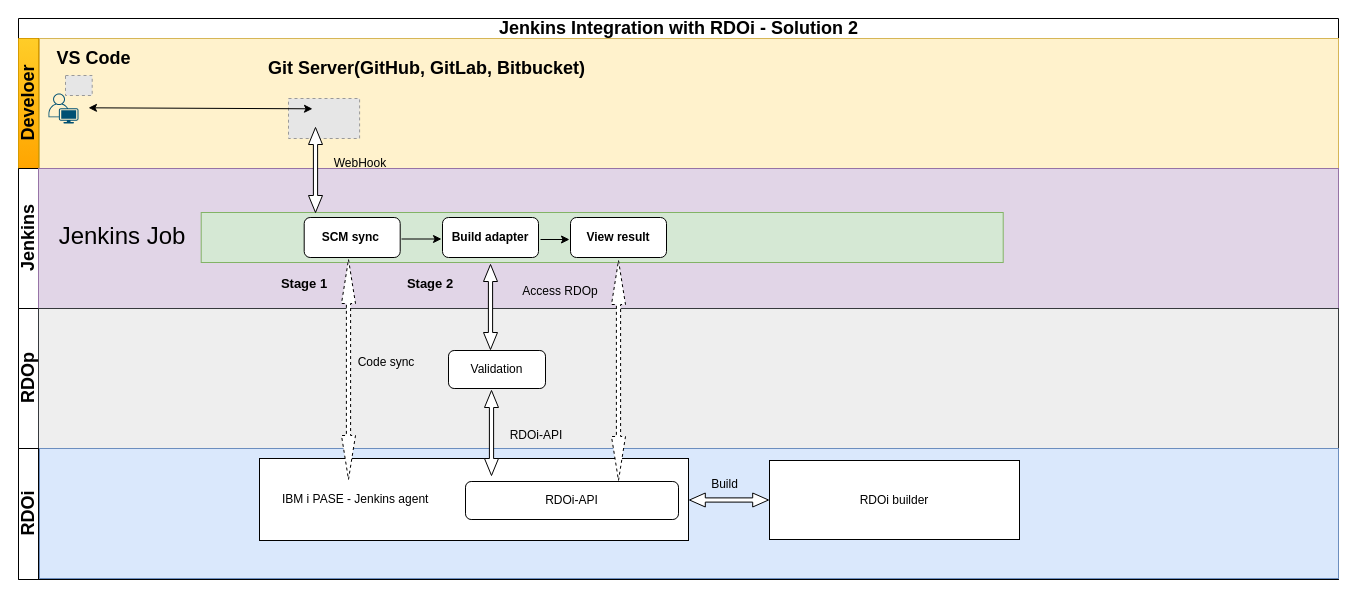
Above: RDOp/Jenkins Integration with RDOi-call RDOp pipeline.drawio in dingzhanxing/Diagram (draw.io), before the change. Source tidied: cells renumbered, new cells numbered last; positions are measured from the earlier drawing's top-left corner, leaving out a move shared by most shapes. Both pictures are drawn from the tidied source at 100%, with x=0, y=0 at pixel (18, 18). Pictures stored in the file or linked from it are replaced by grey dashed boxes.
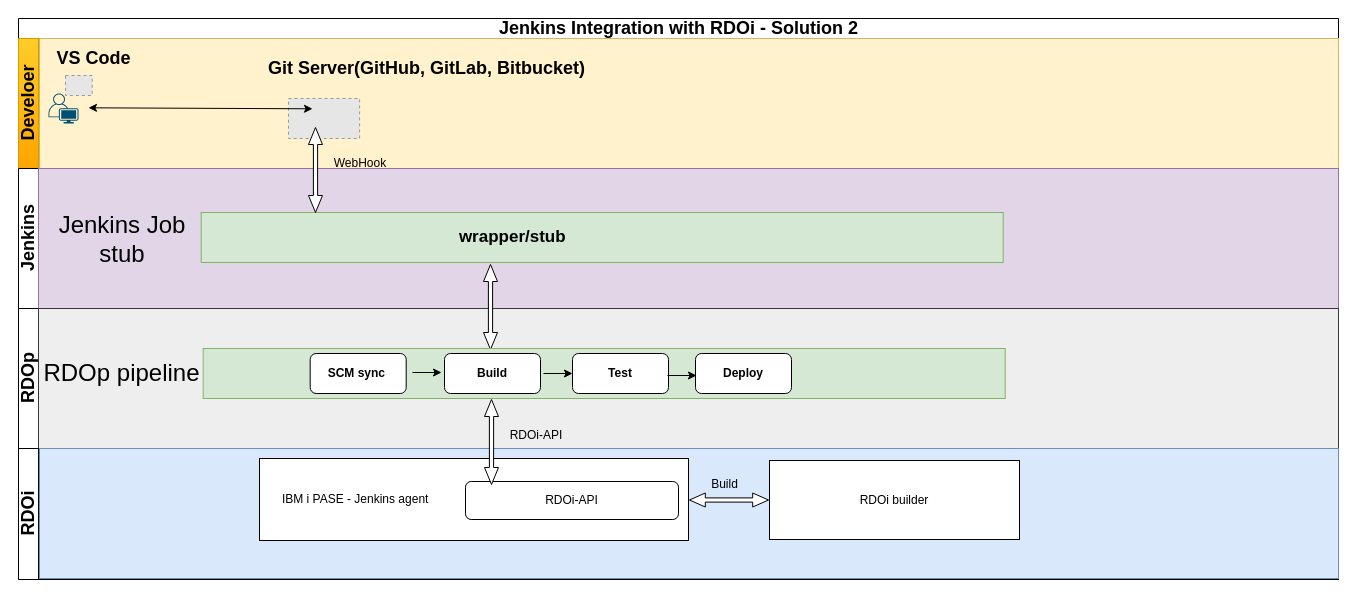
The same page after the edit.

Unchanged cells that the change refers to:
```xml
<mxCell id="12" value="&lt;font style=&quot;font-size: 18px;&quot;&gt;Jenkins&lt;/font&gt;" style="swimlane;startSize=20;horizontal=0;html=1;" parent="2" vertex="1">
  <mxGeometry y="150" width="1320" height="140" as="geometry" />
</mxCell>
<mxCell id="25" value="&lt;font style=&quot;font-size: 18px;&quot;&gt;RDOp&lt;/font&gt;" style="swimlane;startSize=20;horizontal=0;html=1;" parent="2" vertex="1">
  <mxGeometry y="290" width="1320" height="140" as="geometry" />
</mxCell>
```

Change to the diagram source:
```diff
@@
-    <mxCell id="15" style="rounded=0;whiteSpace=wrap;html=1;fillColor=#d5e8d4;strokeColor=#82b366;" parent="12" vertex="1">
+    <mxCell id="15" value="&lt;b&gt;&lt;font style=&quot;font-size: 17px;&quot;&gt;wrapper/stub&amp;nbsp; &amp;nbsp; &amp;nbsp; &amp;nbsp; &amp;nbsp; &amp;nbsp; &amp;nbsp; &amp;nbsp; &amp;nbsp; &amp;nbsp; &amp;nbsp; &amp;nbsp; &amp;nbsp; &amp;nbsp; &amp;nbsp; &amp;nbsp; &amp;nbsp; &amp;nbsp; &amp;nbsp;&amp;nbsp;&lt;/font&gt;&lt;/b&gt;" style="rounded=0;whiteSpace=wrap;html=1;fillColor=#d5e8d4;strokeColor=#82b366;" parent="12" vertex="1">
       <mxGeometry x="182.7" y="44" width="802" height="50" as="geometry" />
     </mxCell>
-    <mxCell id="16" value="&lt;font style=&quot;font-size: 24px;&quot;&gt;Jenkins Job&lt;/font&gt;" style="text;html=1;strokeColor=none;fillColor=none;align=center;verticalAlign=middle;whiteSpace=wrap;rounded=0;" parent="12" vertex="1">
-      <mxGeometry x="38.7" y="53" width="130" height="30" as="geometry" />
+    <mxCell id="16" value="&lt;font style=&quot;font-size: 24px;&quot;&gt;Jenkins Job stub&lt;/font&gt;" style="text;html=1;strokeColor=none;fillColor=none;align=center;verticalAlign=middle;whiteSpace=wrap;rounded=0;" parent="12" vertex="1">
+      <mxGeometry x="38.7" y="44" width="130" height="53" as="geometry" />
     </mxCell>
-    <mxCell id="17" value="&lt;b&gt;SCM sync&amp;nbsp;&lt;/b&gt;" style="rounded=1;whiteSpace=wrap;html=1;" parent="12" vertex="1">
-      <mxGeometry x="285.7" y="49" width="96" height="40" as="geometry" />
-    </mxCell>
-    <mxCell id="18" value="&lt;b style=&quot;border-color: var(--border-color);&quot;&gt;Build adapter&lt;/b&gt;" style="rounded=1;whiteSpace=wrap;html=1;" parent="12" vertex="1">
-      <mxGeometry x="424" y="49" width="96" height="40" as="geometry" />
-    </mxCell>
@@
-    <mxCell id="20" style="endArrow=classic;html=1;rounded=0;exitX=1;exitY=0.5;exitDx=0;exitDy=0;entryX=0;entryY=0.5;entryDx=0;entryDy=0;" parent="12" edge="1">
-      <mxGeometry relative="1" as="geometry">
-        <mxPoint x="383" y="70.5" as="sourcePoint" />
-        <mxPoint x="423" y="70.5" as="targetPoint" />
-      </mxGeometry>
-    </mxCell>
-    <mxCell id="21" value="Access RDOp" style="text;html=1;strokeColor=none;fillColor=none;align=center;verticalAlign=middle;whiteSpace=wrap;rounded=0;" parent="12" vertex="1">
-      <mxGeometry x="482" y="108" width="120" height="30" as="geometry" />
-    </mxCell>
-    <mxCell id="22" value="&lt;b style=&quot;font-size: 13px;&quot;&gt;Stage 1&lt;/b&gt;" style="text;html=1;strokeColor=none;fillColor=none;align=center;verticalAlign=middle;whiteSpace=wrap;rounded=0;fontSize=13;" parent="12" vertex="1">
-      <mxGeometry x="256" y="100" width="60" height="30" as="geometry" />
-    </mxCell>
-    <mxCell id="23" value="&lt;b style=&quot;font-size: 13px;&quot;&gt;Stage 2&lt;/b&gt;" style="text;html=1;strokeColor=none;fillColor=none;align=center;verticalAlign=middle;whiteSpace=wrap;rounded=0;fontSize=13;" parent="12" vertex="1">
-      <mxGeometry x="381.7" y="100" width="60" height="30" as="geometry" />
-    </mxCell>
-    <mxCell id="24" value="&lt;b&gt;View result&lt;/b&gt;" style="rounded=1;whiteSpace=wrap;html=1;" parent="12" vertex="1">
-      <mxGeometry x="552" y="49" width="96" height="40" as="geometry" />
-    </mxCell>
@@
-    <mxCell id="27" value="Validation" style="rounded=1;whiteSpace=wrap;html=1;" parent="25" vertex="1">
-      <mxGeometry x="430" y="42" width="97" height="38" as="geometry" />
-    </mxCell>
+    <mxCell id="42" value="&lt;span style=&quot;font-size: 24px;&quot;&gt;RDOp pipeline&lt;/span&gt;" style="text;html=1;strokeColor=none;fillColor=none;align=center;verticalAlign=middle;whiteSpace=wrap;rounded=0;" parent="25" vertex="1">
+      <mxGeometry x="14" y="50" width="178.7" height="30" as="geometry" />
+    </mxCell>
@@
     <mxCell id="35" style="shape=doubleArrow;direction=south;whiteSpace=wrap;html=1;" parent="1" vertex="1">
-      <mxGeometry x="466" y="372" width="14" height="85" as="geometry" />
+      <mxGeometry x="466" y="381" width="14" height="85" as="geometry" />
     </mxCell>
@@
-    <mxCell id="37" style="shape=doubleArrow;direction=south;whiteSpace=wrap;html=1;dashed=1;" parent="1" vertex="1">
-      <mxGeometry x="323" y="241" width="14" height="220" as="geometry" />
-    </mxCell>
-    <mxCell id="38" value="Code sync" style="text;html=1;strokeColor=none;fillColor=none;align=center;verticalAlign=middle;whiteSpace=wrap;rounded=0;" parent="1" vertex="1">
-      <mxGeometry x="338" y="329" width="60" height="30" as="geometry" />
-    </mxCell>
@@
-    <mxCell id="40" style="shape=doubleArrow;direction=south;whiteSpace=wrap;html=1;dashed=1;" parent="1" vertex="1">
-      <mxGeometry x="593" y="242" width="14" height="220" as="geometry" />
-    </mxCell>
+    <mxCell id="43" style="rounded=0;whiteSpace=wrap;html=1;fillColor=#d5e8d4;strokeColor=#82b366;" parent="1" vertex="1">
+      <mxGeometry x="184.7" y="330" width="802" height="50" as="geometry" />
+    </mxCell>
+    <mxCell id="17" value="&lt;b&gt;SCM sync&amp;nbsp;&lt;/b&gt;" style="rounded=1;whiteSpace=wrap;html=1;" parent="1" vertex="1">
+      <mxGeometry x="291.7" y="335" width="96" height="40" as="geometry" />
+    </mxCell>
+    <mxCell id="44" value="&lt;b style=&quot;border-color: var(--border-color);&quot;&gt;Build&lt;/b&gt;" style="rounded=1;whiteSpace=wrap;html=1;" parent="1" vertex="1">
+      <mxGeometry x="426" y="335" width="96" height="40" as="geometry" />
+    </mxCell>
+    <mxCell id="45" value="&lt;b&gt;Test&lt;/b&gt;" style="rounded=1;whiteSpace=wrap;html=1;" parent="1" vertex="1">
+      <mxGeometry x="554" y="335" width="96" height="40" as="geometry" />
+    </mxCell>
     <mxCell id="41" style="endArrow=classic;html=1;rounded=0;" parent="1" edge="1">
       <mxGeometry relative="1" as="geometry">
-        <mxPoint x="522" y="221" as="sourcePoint" />
-        <mxPoint x="551" y="221" as="targetPoint" />
+        <mxPoint x="525" y="355" as="sourcePoint" />
+        <mxPoint x="554" y="355" as="targetPoint" />
       </mxGeometry>
     </mxCell>
+    <mxCell id="46" style="endArrow=classic;html=1;rounded=0;" parent="1" edge="1">
+      <mxGeometry relative="1" as="geometry">
+        <mxPoint x="394" y="354" as="sourcePoint" />
+        <mxPoint x="423" y="354" as="targetPoint" />
+      </mxGeometry>
+    </mxCell>
+    <mxCell id="47" value="&lt;b&gt;Deploy&lt;/b&gt;" style="rounded=1;whiteSpace=wrap;html=1;" parent="1" vertex="1">
+      <mxGeometry x="677" y="335" width="96" height="40" as="geometry" />
+    </mxCell>
+    <mxCell id="48" style="endArrow=classic;html=1;rounded=0;" parent="1" edge="1">
+      <mxGeometry relative="1" as="geometry">
+        <mxPoint x="649" y="357" as="sourcePoint" />
+        <mxPoint x="678" y="357" as="targetPoint" />
+      </mxGeometry>
+    </mxCell>
```
